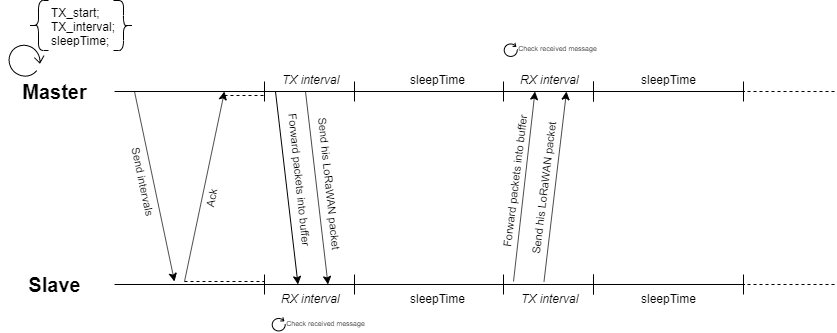
Above: utils/images/SyncNodes_schema.png in maxmuffin/LoRaWAN-Multi-hop (draw.io), before the change. Source tidied: cells renumbered, new cells last; positions are measured from the earlier drawing's top-left corner, leaving out a move shared by most shapes. Its diagram source:
```xml
<mxGraphModel>
  <root>
    <mxCell id="0" />
    <mxCell id="1" parent="0" />
    <mxCell id="2" value="&lt;font style=&quot;font-size: 20px&quot;&gt;Master&lt;/font&gt;" style="text;html=1;strokeColor=none;fillColor=none;align=center;verticalAlign=middle;whiteSpace=wrap;rounded=0;fontStyle=1;" parent="1" vertex="1">
      <mxGeometry x="27" y="81" width="40" height="20" as="geometry" />
    </mxCell>
    <mxCell id="3" value="&lt;font style=&quot;font-size: 20px&quot;&gt;&lt;b&gt;Slave&lt;/b&gt;&lt;/font&gt;" style="text;html=1;strokeColor=none;fillColor=none;align=center;verticalAlign=middle;whiteSpace=wrap;rounded=0;" parent="1" vertex="1">
      <mxGeometry x="27" y="274" width="40" height="20" as="geometry" />
    </mxCell>
    <mxCell id="4" style="shape=crossbar;whiteSpace=wrap;html=1;rounded=1;" parent="1" vertex="1">
      <mxGeometry x="257" y="81" width="90" height="20" as="geometry" />
    </mxCell>
    <mxCell id="5" style="endArrow=none;html=1;entryX=0;entryY=0.5;entryDx=0;entryDy=0;entryPerimeter=0;" parent="1" edge="1" target="4">
      <mxGeometry relative="1" as="geometry">
        <mxPoint x="107" y="91" as="sourcePoint" />
      </mxGeometry>
    </mxCell>
    <mxCell id="6" value="TX interval" style="text;html=1;align=center;verticalAlign=middle;fontStyle=2;" parent="1" vertex="1">
      <mxGeometry x="268" y="69" width="70" height="20" as="geometry" />
    </mxCell>
    <mxCell id="7" style="endArrow=none;html=1;entryX=1;entryY=0.5;entryDx=0;entryDy=0;entryPerimeter=0;" parent="1" edge="1" target="4">
      <mxGeometry relative="1" as="geometry">
        <mxPoint x="497" y="91" as="sourcePoint" />
      </mxGeometry>
    </mxCell>
    <mxCell id="8" style="shape=crossbar;whiteSpace=wrap;html=1;rounded=1;" parent="1" vertex="1">
      <mxGeometry x="496" y="81" width="90" height="20" as="geometry" />
    </mxCell>
    <mxCell id="9" value="RX interval" style="text;html=1;align=center;verticalAlign=middle;fontStyle=2;" parent="1" vertex="1">
      <mxGeometry x="507" y="69" width="70" height="20" as="geometry" />
    </mxCell>
    <mxCell id="10" value="sleepTime" style="text;html=1;align=center;verticalAlign=middle;" parent="1" vertex="1">
      <mxGeometry x="395" y="69" width="70" height="20" as="geometry" />
    </mxCell>
    <mxCell id="11" style="shape=crossbar;whiteSpace=wrap;html=1;rounded=1;" parent="1" vertex="1">
      <mxGeometry x="586" y="81" width="150" height="20" as="geometry" />
    </mxCell>
    <mxCell id="12" value="sleepTime" style="text;html=1;align=center;verticalAlign=middle;" parent="1" vertex="1">
      <mxGeometry x="626" y="69" width="70" height="20" as="geometry" />
    </mxCell>
    <mxCell id="13" style="endArrow=none;dashed=1;html=1;entryX=1;entryY=0.5;entryDx=0;entryDy=0;entryPerimeter=0;" parent="1" edge="1" target="11">
      <mxGeometry relative="1" as="geometry">
        <mxPoint x="827" y="91" as="sourcePoint" />
      </mxGeometry>
    </mxCell>
    <mxCell id="14" style="shape=crossbar;whiteSpace=wrap;html=1;rounded=1;" parent="1" vertex="1">
      <mxGeometry x="257" y="274" width="90" height="20" as="geometry" />
    </mxCell>
    <mxCell id="15" style="endArrow=none;html=1;entryX=0;entryY=0.5;entryDx=0;entryDy=0;entryPerimeter=0;" parent="1" edge="1" target="14">
      <mxGeometry relative="1" as="geometry">
        <mxPoint x="107" y="284" as="sourcePoint" />
      </mxGeometry>
    </mxCell>
    <mxCell id="16" value="RX interval" style="text;html=1;align=center;verticalAlign=middle;fontStyle=2;" parent="1" vertex="1">
      <mxGeometry x="268" y="288" width="70" height="20" as="geometry" />
    </mxCell>
    <mxCell id="17" style="endArrow=none;html=1;entryX=1;entryY=0.5;entryDx=0;entryDy=0;entryPerimeter=0;" parent="1" edge="1" target="14">
      <mxGeometry relative="1" as="geometry">
        <mxPoint x="497" y="284" as="sourcePoint" />
      </mxGeometry>
    </mxCell>
    <mxCell id="18" style="shape=crossbar;whiteSpace=wrap;html=1;rounded=1;" parent="1" vertex="1">
      <mxGeometry x="496" y="274" width="90" height="20" as="geometry" />
    </mxCell>
    <mxCell id="19" value="TX interval" style="text;html=1;align=center;verticalAlign=middle;fontStyle=2;" parent="1" vertex="1">
      <mxGeometry x="507" y="288" width="70" height="20" as="geometry" />
    </mxCell>
    <mxCell id="20" value="sleepTime" style="text;html=1;align=center;verticalAlign=middle;" parent="1" vertex="1">
      <mxGeometry x="395" y="288" width="70" height="20" as="geometry" />
    </mxCell>
    <mxCell id="21" style="shape=crossbar;whiteSpace=wrap;html=1;rounded=1;" parent="1" vertex="1">
      <mxGeometry x="586" y="274" width="150" height="20" as="geometry" />
    </mxCell>
    <mxCell id="22" value="sleepTime" style="text;html=1;align=center;verticalAlign=middle;" parent="1" vertex="1">
      <mxGeometry x="626" y="288" width="70" height="20" as="geometry" />
    </mxCell>
    <mxCell id="23" style="endArrow=none;dashed=1;html=1;entryX=1;entryY=0.5;entryDx=0;entryDy=0;entryPerimeter=0;" parent="1" edge="1" target="21">
      <mxGeometry relative="1" as="geometry">
        <mxPoint x="827" y="284" as="sourcePoint" />
      </mxGeometry>
    </mxCell>
    <mxCell id="24" style="shape=curlyBracket;whiteSpace=wrap;html=1;rounded=1;" parent="1" vertex="1">
      <mxGeometry x="21" width="20" height="50" as="geometry" />
    </mxCell>
    <mxCell id="25" value="TX_start;&lt;br&gt;TX_interval;&lt;br&gt;&lt;div&gt;&lt;span&gt;sleepTime;&lt;/span&gt;&lt;/div&gt;" style="text;html=1;strokeColor=none;fillColor=none;align=left;verticalAlign=middle;whiteSpace=wrap;rounded=0;" parent="1" vertex="1">
      <mxGeometry x="42" y="16.5" width="40" height="20" as="geometry" />
    </mxCell>
    <mxCell id="26" style="shape=curlyBracket;whiteSpace=wrap;html=1;rounded=1;rotation=-180;" parent="1" vertex="1">
      <mxGeometry x="106" width="20" height="50" as="geometry" />
    </mxCell>
    <mxCell id="27" style="endArrow=classic;html=1;" parent="1" edge="1">
      <mxGeometry relative="1" as="geometry">
        <mxPoint x="127" y="91" as="sourcePoint" />
        <mxPoint x="167" y="281" as="targetPoint" />
      </mxGeometry>
    </mxCell>
    <mxCell id="28" value="Send intervals" style="text;html=1;strokeColor=none;fillColor=none;align=center;verticalAlign=middle;whiteSpace=wrap;rounded=0;rotation=78;fontSize=11;" parent="1" vertex="1">
      <mxGeometry x="85.5" y="171" width="100" height="20" as="geometry" />
    </mxCell>
    <mxCell id="29" style="endArrow=classic;html=1;" parent="1" edge="1">
      <mxGeometry relative="1" as="geometry">
        <mxPoint x="177" y="281" as="sourcePoint" />
        <mxPoint x="217" y="91" as="targetPoint" />
      </mxGeometry>
    </mxCell>
    <mxCell id="30" value="Ack" style="text;html=1;strokeColor=none;fillColor=none;align=center;verticalAlign=middle;whiteSpace=wrap;rounded=0;rotation=281;fontSize=11;" parent="1" vertex="1">
      <mxGeometry x="184" y="189" width="40" height="20" as="geometry" />
    </mxCell>
    <mxCell id="31" style="endArrow=none;dashed=1;html=1;" parent="1" edge="1">
      <mxGeometry relative="1" as="geometry">
        <mxPoint x="217" y="95" as="sourcePoint" />
        <mxPoint x="257" y="95" as="targetPoint" />
      </mxGeometry>
    </mxCell>
    <mxCell id="32" style="endArrow=none;dashed=1;html=1;" parent="1" edge="1">
      <mxGeometry relative="1" as="geometry">
        <mxPoint x="177" y="281" as="sourcePoint" />
        <mxPoint x="257" y="281" as="targetPoint" />
      </mxGeometry>
    </mxCell>
    <mxCell id="33" style="endArrow=classic;html=1;entryX=0.25;entryY=0.5;entryDx=0;entryDy=0;entryPerimeter=0;exitX=0;exitY=0.5;exitDx=0;exitDy=0;exitPerimeter=0;" parent="1" edge="1">
      <mxGeometry relative="1" as="geometry">
        <mxPoint x="268" y="91" as="sourcePoint" />
        <mxPoint x="290.5" y="284" as="targetPoint" />
      </mxGeometry>
    </mxCell>
    <mxCell id="34" style="endArrow=classic;html=1;entryX=0.25;entryY=0.5;entryDx=0;entryDy=0;entryPerimeter=0;" parent="1" edge="1">
      <mxGeometry relative="1" as="geometry">
        <mxPoint x="506" y="281" as="sourcePoint" />
        <mxPoint x="527.5" y="91" as="targetPoint" />
      </mxGeometry>
    </mxCell>
    <mxCell id="35" value="Forward packets into buffer" style="text;html=1;strokeColor=none;fillColor=none;align=center;verticalAlign=middle;whiteSpace=wrap;rounded=0;rotation=277;fontSize=11;" parent="1" vertex="1">
      <mxGeometry x="432" y="171" width="151" height="20" as="geometry" />
    </mxCell>
    <mxCell id="36" style="endArrow=classic;html=1;entryX=0.5;entryY=0.5;entryDx=0;entryDy=0;entryPerimeter=0;exitX=0.25;exitY=0.5;exitDx=0;exitDy=0;exitPerimeter=0;" parent="1" edge="1">
      <mxGeometry relative="1" as="geometry">
        <mxPoint x="536.5" y="281" as="sourcePoint" />
        <mxPoint x="559" y="91" as="targetPoint" />
      </mxGeometry>
    </mxCell>
    <mxCell id="37" value="Send his LoRaWAN packet" style="text;html=1;strokeColor=none;fillColor=none;align=center;verticalAlign=middle;whiteSpace=wrap;rounded=0;rotation=277;fontSize=11;" parent="1" vertex="1">
      <mxGeometry x="461" y="177" width="151" height="20" as="geometry" />
    </mxCell>
    <mxCell id="38" style="endArrow=classic;html=1;entryX=0.25;entryY=0.5;entryDx=0;entryDy=0;entryPerimeter=0;exitX=0;exitY=0.5;exitDx=0;exitDy=0;exitPerimeter=0;" parent="1" edge="1">
      <mxGeometry relative="1" as="geometry">
        <mxPoint x="298" y="91" as="sourcePoint" />
        <mxPoint x="320.5" y="284" as="targetPoint" />
      </mxGeometry>
    </mxCell>
    <mxCell id="39" value="Forward packets into buffer" style="text;html=1;strokeColor=none;fillColor=none;align=center;verticalAlign=middle;whiteSpace=wrap;rounded=0;rotation=84;fontSize=11;" parent="1" vertex="1">
      <mxGeometry x="217" y="169" width="151" height="20" as="geometry" />
    </mxCell>
    <mxCell id="40" value="Send his LoRaWAN packet" style="text;html=1;strokeColor=none;fillColor=none;align=center;verticalAlign=middle;whiteSpace=wrap;rounded=0;rotation=84;fontSize=11;" parent="1" vertex="1">
      <mxGeometry x="247" y="174" width="151" height="20" as="geometry" />
    </mxCell>
    <mxCell id="41" value="&lt;font style=&quot;font-size: 7px&quot;&gt;Check received message&lt;/font&gt;" style="text;html=1;strokeColor=none;fillColor=none;align=center;verticalAlign=middle;whiteSpace=wrap;rounded=0;" parent="1" vertex="1">
      <mxGeometry x="271" y="311" width="95" height="20" as="geometry" />
    </mxCell>
    <mxCell id="42" style="shape=mxgraph.bpmn.loop;html=1;rotation=-90;flipH=1;" parent="1" vertex="1">
      <mxGeometry x="264" y="317" width="14" height="14" as="geometry" />
    </mxCell>
    <mxCell id="43" style="shape=mxgraph.bpmn.loop;html=1;flipH=1;rotation=-45;fontSize=16;fontStyle=1;spacing=4;" parent="1" vertex="1">
      <mxGeometry y="42.5" width="34" height="34" as="geometry" />
    </mxCell>
    <mxCell id="44" value="&lt;font style=&quot;font-size: 7px&quot;&gt;Check received message&lt;/font&gt;" style="text;html=1;strokeColor=none;fillColor=none;align=center;verticalAlign=middle;whiteSpace=wrap;rounded=0;" parent="1" vertex="1">
      <mxGeometry x="503" y="36.5" width="95" height="20" as="geometry" />
    </mxCell>
    <mxCell id="45" style="shape=mxgraph.bpmn.loop;html=1;rotation=-90;flipH=1;" parent="1" vertex="1">
      <mxGeometry x="496" y="42.5" width="14" height="14" as="geometry" />
    </mxCell>
  </root>
</mxGraphModel>
```
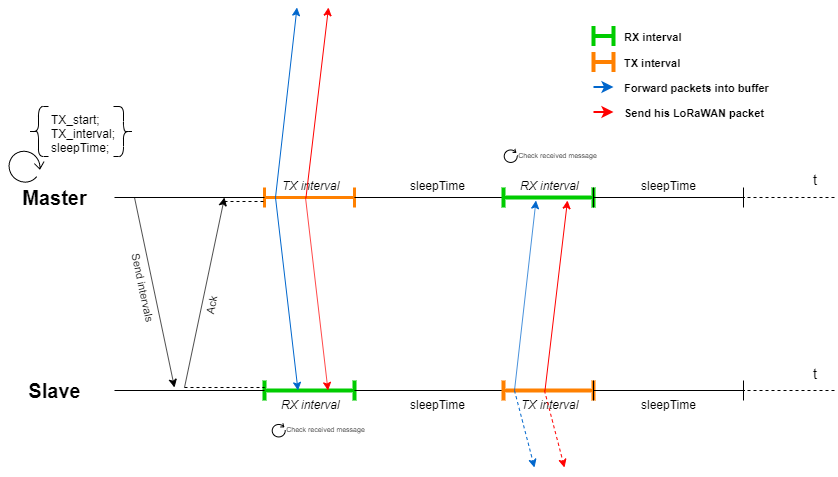
The same diagram one commit later.

Commit message:
Updated img schema for full node and sync

What changed in the source:
```diff
@@ -8,7 +8,7 @@
     <mxCell id="3" value="&lt;font style=&quot;font-size: 20px&quot;&gt;&lt;b&gt;Slave&lt;/b&gt;&lt;/font&gt;" style="text;html=1;strokeColor=none;fillColor=none;align=center;verticalAlign=middle;whiteSpace=wrap;rounded=0;" parent="1" vertex="1">
       <mxGeometry x="27" y="274" width="40" height="20" as="geometry" />
     </mxCell>
-    <mxCell id="4" style="shape=crossbar;whiteSpace=wrap;html=1;rounded=1;" parent="1" vertex="1">
+    <mxCell id="4" style="shape=crossbar;whiteSpace=wrap;html=1;rounded=1;strokeWidth=3;strokeColor=#FF8000;" parent="1" vertex="1">
       <mxGeometry x="257" y="81" width="90" height="20" as="geometry" />
     </mxCell>
     <mxCell id="5" style="endArrow=none;html=1;entryX=0;entryY=0.5;entryDx=0;entryDy=0;entryPerimeter=0;" parent="1" edge="1" target="4">
@@ -24,7 +24,7 @@
         <mxPoint x="497" y="91" as="sourcePoint" />
       </mxGeometry>
     </mxCell>
-    <mxCell id="8" style="shape=crossbar;whiteSpace=wrap;html=1;rounded=1;" parent="1" vertex="1">
+    <mxCell id="8" style="shape=crossbar;whiteSpace=wrap;html=1;rounded=1;strokeWidth=4;strokeColor=#00CC00;" parent="1" vertex="1">
       <mxGeometry x="496" y="81" width="90" height="20" as="geometry" />
     </mxCell>
     <mxCell id="9" value="RX interval" style="text;html=1;align=center;verticalAlign=middle;fontStyle=2;" parent="1" vertex="1">
@@ -44,7 +44,7 @@
         <mxPoint x="827" y="91" as="sourcePoint" />
       </mxGeometry>
     </mxCell>
-    <mxCell id="14" style="shape=crossbar;whiteSpace=wrap;html=1;rounded=1;" parent="1" vertex="1">
+    <mxCell id="14" style="shape=crossbar;whiteSpace=wrap;html=1;rounded=1;strokeColor=#00CC00;strokeWidth=4;" parent="1" vertex="1">
       <mxGeometry x="257" y="274" width="90" height="20" as="geometry" />
     </mxCell>
     <mxCell id="15" style="endArrow=none;html=1;entryX=0;entryY=0.5;entryDx=0;entryDy=0;entryPerimeter=0;" parent="1" edge="1" target="14">
@@ -60,7 +60,7 @@
         <mxPoint x="497" y="284" as="sourcePoint" />
       </mxGeometry>
     </mxCell>
-    <mxCell id="18" style="shape=crossbar;whiteSpace=wrap;html=1;rounded=1;" parent="1" vertex="1">
+    <mxCell id="18" style="shape=crossbar;whiteSpace=wrap;html=1;rounded=1;strokeColor=#FF8000;strokeWidth=4;perimeterSpacing=0;" parent="1" vertex="1">
       <mxGeometry x="496" y="274" width="90" height="20" as="geometry" />
     </mxCell>
     <mxCell id="19" value="TX interval" style="text;html=1;align=center;verticalAlign=middle;fontStyle=2;" parent="1" vertex="1">
@@ -119,42 +119,30 @@
         <mxPoint x="257" y="281" as="targetPoint" />
       </mxGeometry>
     </mxCell>
-    <mxCell id="33" style="endArrow=classic;html=1;entryX=0.25;entryY=0.5;entryDx=0;entryDy=0;entryPerimeter=0;exitX=0;exitY=0.5;exitDx=0;exitDy=0;exitPerimeter=0;" parent="1" edge="1">
+    <mxCell id="33" style="endArrow=classic;html=1;entryX=0.25;entryY=0.5;entryDx=0;entryDy=0;entryPerimeter=0;exitX=0;exitY=0.5;exitDx=0;exitDy=0;exitPerimeter=0;strokeColor=#0066CC;" parent="1" edge="1">
       <mxGeometry relative="1" as="geometry">
         <mxPoint x="268" y="91" as="sourcePoint" />
         <mxPoint x="290.5" y="284" as="targetPoint" />
       </mxGeometry>
     </mxCell>
-    <mxCell id="34" style="endArrow=classic;html=1;entryX=0.25;entryY=0.5;entryDx=0;entryDy=0;entryPerimeter=0;" parent="1" edge="1">
+    <mxCell id="34" style="endArrow=classic;html=1;entryX=0.25;entryY=0.5;entryDx=0;entryDy=0;entryPerimeter=0;strokeColor=#0066CC;" parent="1" edge="1">
       <mxGeometry relative="1" as="geometry">
-        <mxPoint x="506" y="281" as="sourcePoint" />
-        <mxPoint x="527.5" y="91" as="targetPoint" />
+        <mxPoint x="268" y="91" as="sourcePoint" />
+        <mxPoint x="289.5" y="-99" as="targetPoint" />
       </mxGeometry>
     </mxCell>
-    <mxCell id="35" value="Forward packets into buffer" style="text;html=1;strokeColor=none;fillColor=none;align=center;verticalAlign=middle;whiteSpace=wrap;rounded=0;rotation=277;fontSize=11;" parent="1" vertex="1">
-      <mxGeometry x="432" y="171" width="151" height="20" as="geometry" />
-    </mxCell>
-    <mxCell id="36" style="endArrow=classic;html=1;entryX=0.5;entryY=0.5;entryDx=0;entryDy=0;entryPerimeter=0;exitX=0.25;exitY=0.5;exitDx=0;exitDy=0;exitPerimeter=0;" parent="1" edge="1">
+    <mxCell id="36" style="endArrow=classic;html=1;entryX=0.5;entryY=0.5;entryDx=0;entryDy=0;entryPerimeter=0;exitX=0.25;exitY=0.5;exitDx=0;exitDy=0;exitPerimeter=0;strokeColor=#FF0000;" parent="1" edge="1">
       <mxGeometry relative="1" as="geometry">
-        <mxPoint x="536.5" y="281" as="sourcePoint" />
-        <mxPoint x="559" y="91" as="targetPoint" />
+        <mxPoint x="298.5" y="91" as="sourcePoint" />
+        <mxPoint x="321" y="-99" as="targetPoint" />
       </mxGeometry>
     </mxCell>
-    <mxCell id="37" value="Send his LoRaWAN packet" style="text;html=1;strokeColor=none;fillColor=none;align=center;verticalAlign=middle;whiteSpace=wrap;rounded=0;rotation=277;fontSize=11;" parent="1" vertex="1">
-      <mxGeometry x="461" y="177" width="151" height="20" as="geometry" />
-    </mxCell>
-    <mxCell id="38" style="endArrow=classic;html=1;entryX=0.25;entryY=0.5;entryDx=0;entryDy=0;entryPerimeter=0;exitX=0;exitY=0.5;exitDx=0;exitDy=0;exitPerimeter=0;" parent="1" edge="1">
+    <mxCell id="38" style="endArrow=classic;html=1;entryX=0.25;entryY=0.5;entryDx=0;entryDy=0;entryPerimeter=0;exitX=0;exitY=0.5;exitDx=0;exitDy=0;exitPerimeter=0;strokeColor=#FF0000;" parent="1" edge="1">
       <mxGeometry relative="1" as="geometry">
         <mxPoint x="298" y="91" as="sourcePoint" />
         <mxPoint x="320.5" y="284" as="targetPoint" />
       </mxGeometry>
     </mxCell>
-    <mxCell id="39" value="Forward packets into buffer" style="text;html=1;strokeColor=none;fillColor=none;align=center;verticalAlign=middle;whiteSpace=wrap;rounded=0;rotation=84;fontSize=11;" parent="1" vertex="1">
-      <mxGeometry x="217" y="169" width="151" height="20" as="geometry" />
-    </mxCell>
-    <mxCell id="40" value="Send his LoRaWAN packet" style="text;html=1;strokeColor=none;fillColor=none;align=center;verticalAlign=middle;whiteSpace=wrap;rounded=0;rotation=84;fontSize=11;" parent="1" vertex="1">
-      <mxGeometry x="247" y="174" width="151" height="20" as="geometry" />
-    </mxCell>
     <mxCell id="41" value="&lt;font style=&quot;font-size: 7px&quot;&gt;Check received message&lt;/font&gt;" style="text;html=1;strokeColor=none;fillColor=none;align=center;verticalAlign=middle;whiteSpace=wrap;rounded=0;" parent="1" vertex="1">
       <mxGeometry x="271" y="311" width="95" height="20" as="geometry" />
     </mxCell>
@@ -170,5 +158,65 @@
     <mxCell id="45" style="shape=mxgraph.bpmn.loop;html=1;rotation=-90;flipH=1;" parent="1" vertex="1">
       <mxGeometry x="496" y="42.5" width="14" height="14" as="geometry" />
     </mxCell>
+    <mxCell id="46" style="endArrow=classic;html=1;exitX=0;exitY=0.5;exitDx=0;exitDy=0;exitPerimeter=0;strokeColor=#0066CC;dashed=1;" parent="1" edge="1">
+      <mxGeometry relative="1" as="geometry">
+        <mxPoint x="507" y="284" as="sourcePoint" />
+        <mxPoint x="527" y="361" as="targetPoint" />
+      </mxGeometry>
+    </mxCell>
+    <mxCell id="47" style="endArrow=classic;html=1;exitX=0;exitY=0.5;exitDx=0;exitDy=0;exitPerimeter=0;strokeColor=#FF0000;dashed=1;" parent="1" edge="1">
+      <mxGeometry relative="1" as="geometry">
+        <mxPoint x="537" y="284" as="sourcePoint" />
+        <mxPoint x="557" y="361" as="targetPoint" />
+      </mxGeometry>
+    </mxCell>
+    <mxCell id="48" style="endArrow=classic;html=1;entryX=0.25;entryY=0.5;entryDx=0;entryDy=0;entryPerimeter=0;strokeColor=#0066CC;" parent="1" edge="1">
+      <mxGeometry relative="1" as="geometry">
+        <mxPoint x="507" y="284" as="sourcePoint" />
+        <mxPoint x="528.5" y="94" as="targetPoint" />
+      </mxGeometry>
+    </mxCell>
+    <mxCell id="49" style="endArrow=classic;html=1;entryX=0.5;entryY=0.5;entryDx=0;entryDy=0;entryPerimeter=0;exitX=0.25;exitY=0.5;exitDx=0;exitDy=0;exitPerimeter=0;strokeColor=#FF0000;" parent="1" edge="1">
+      <mxGeometry relative="1" as="geometry">
+        <mxPoint x="537.5" y="284" as="sourcePoint" />
+        <mxPoint x="560" y="94" as="targetPoint" />
+      </mxGeometry>
+    </mxCell>
+    <mxCell id="50" style="shape=crossbar;whiteSpace=wrap;html=1;rounded=1;strokeColor=#00CC00;strokeWidth=4;fillColor=#FF8000;fontSize=11;fontColor=#0066CC;" parent="1" vertex="1">
+      <mxGeometry x="586" y="-80.5" width="20" height="20" as="geometry" />
+    </mxCell>
+    <mxCell id="51" value="&lt;font color=&quot;#000000&quot;&gt;RX interval&lt;/font&gt;" style="text;html=1;align=center;verticalAlign=middle;fontSize=11;fontColor=#0066CC;fontStyle=1;" parent="1" vertex="1">
+      <mxGeometry x="610" y="-79.5" width="70" height="20" as="geometry" />
+    </mxCell>
+    <mxCell id="52" style="shape=crossbar;whiteSpace=wrap;html=1;rounded=1;strokeColor=#FF8000;strokeWidth=4;fillColor=#FF8000;fontSize=11;fontColor=#0066CC;" parent="1" vertex="1">
+      <mxGeometry x="586" y="-54.5" width="20" height="20" as="geometry" />
+    </mxCell>
+    <mxCell id="53" value="&lt;font color=&quot;#000000&quot;&gt;TX interval&lt;/font&gt;" style="text;html=1;align=center;verticalAlign=middle;fontSize=11;fontColor=#0066CC;fontStyle=1;" parent="1" vertex="1">
+      <mxGeometry x="610" y="-53.5" width="70" height="20" as="geometry" />
+    </mxCell>
+    <mxCell id="54" style="endArrow=classic;html=1;strokeColor=#0066CC;fontSize=11;fontColor=#0066CC;strokeWidth=2;" parent="1" edge="1">
+      <mxGeometry relative="1" as="geometry">
+        <mxPoint x="586" y="-19.5" as="sourcePoint" />
+        <mxPoint x="606" y="-19.5" as="targetPoint" />
+      </mxGeometry>
+    </mxCell>
+    <mxCell id="55" value="&lt;font color=&quot;#000000&quot;&gt;Forward packets into buffer&lt;/font&gt;" style="text;html=1;align=center;verticalAlign=middle;fontSize=11;fontColor=#0066CC;fontStyle=1;" parent="1" vertex="1">
+      <mxGeometry x="609" y="-28.5" width="160" height="20" as="geometry" />
+    </mxCell>
+    <mxCell id="56" style="endArrow=classic;html=1;strokeColor=#FF0000;fontSize=11;fontColor=#0066CC;strokeWidth=2;" parent="1" edge="1">
+      <mxGeometry relative="1" as="geometry">
+        <mxPoint x="586" y="5.5" as="sourcePoint" />
+        <mxPoint x="606" y="5.5" as="targetPoint" />
+      </mxGeometry>
+    </mxCell>
+    <mxCell id="57" value="&lt;font color=&quot;#000000&quot;&gt;Send his LoRaWAN packet&lt;/font&gt;" style="text;html=1;align=center;verticalAlign=middle;fontSize=11;fontColor=#0066CC;fontStyle=1;" parent="1" vertex="1">
+      <mxGeometry x="607" y="-3.5" width="160" height="20" as="geometry" />
+    </mxCell>
+    <mxCell id="58" value="t" style="text;html=1;strokeColor=none;fillColor=none;align=center;verticalAlign=middle;whiteSpace=wrap;rounded=0;fontSize=15;fontColor=#000000;" parent="1" vertex="1">
+      <mxGeometry x="787" y="257" width="40" height="20" as="geometry" />
+    </mxCell>
+    <mxCell id="59" value="t" style="text;html=1;strokeColor=none;fillColor=none;align=center;verticalAlign=middle;whiteSpace=wrap;rounded=0;fontSize=15;fontColor=#000000;" parent="1" vertex="1">
+      <mxGeometry x="787" y="63" width="40" height="20" as="geometry" />
+    </mxCell>
   </root>
 </mxGraphModel>
```
